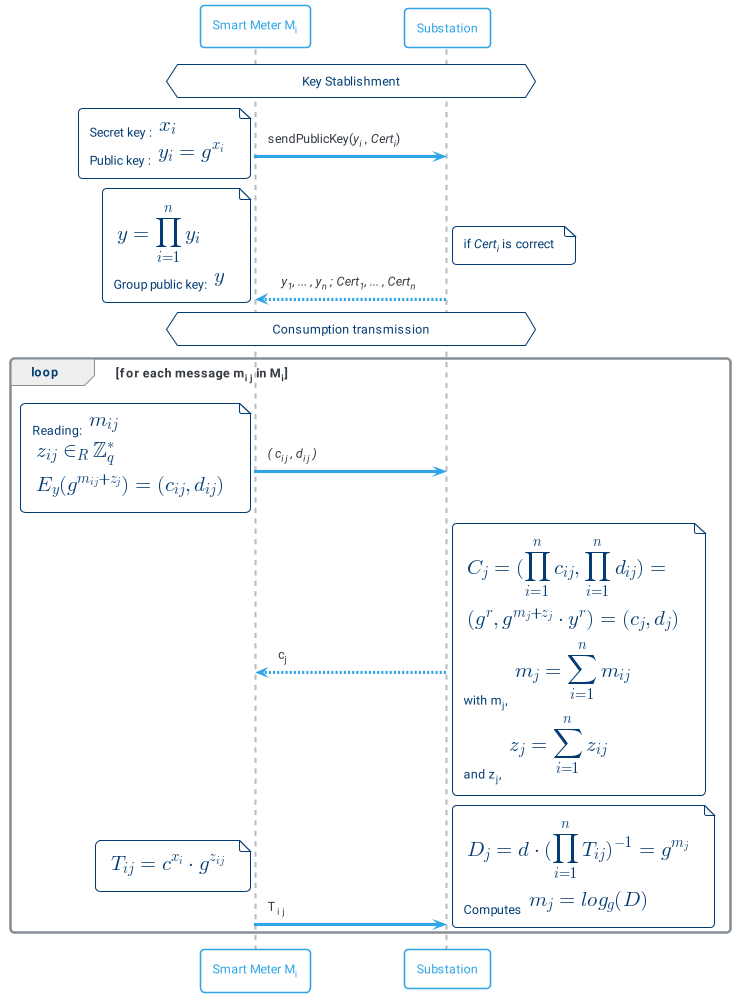
Before: umls/busom.png, a diagram exported from PlantUML (Oriolac/tfg).
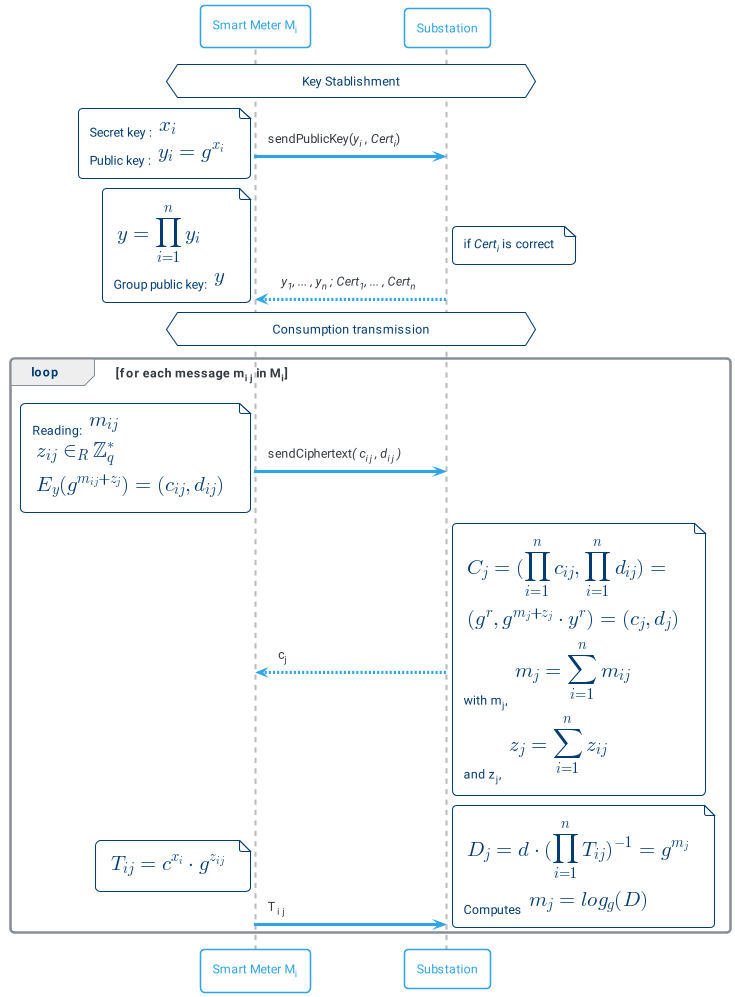
The same diagram one commit later.

What changed in the source:
```diff
@@ -15,7 +15,7 @@
 end note
 hnote across: Consumption transmission
 loop for each message m<sub>i j</sub> in M<sub>i</sub>
-    "Smart Meter M<sub>i</sub>" -> "Substation" : //( c<sub>i j</sub> , d<sub>i j</sub> )//
+    "Smart Meter M<sub>i</sub>" -> "Substation" : sendCiphertext//( c<sub>i j</sub> , d<sub>i j</sub> )//
     note left
         Reading: <latex>m_{i j}</latex>
         <latex>z_{i j} \in_R \mathbb{Z}_q^*</latex>
```
